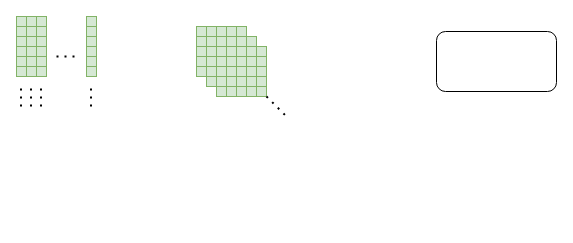
Before: graph/Untitled Diagram.drawio in pengjuzhang1998/GNN-based-social-media-sentiment-analysis-for-stock-market-forecasting-and-trading, a draw.io diagram. Source tidied: cells renumbered, new cells numbered last; positions are measured from the earlier drawing's top-left corner, leaving out a move shared by most shapes. Both pictures are drawn from the tidied source at 100%, with x=0, y=0 at pixel (16, 16).
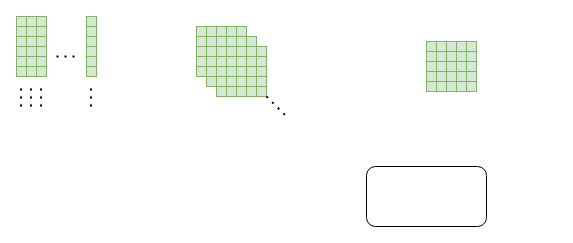
The same page after the edit.

What changed in the source:
```diff
@@
     <mxCell id="124" style="rounded=1;whiteSpace=wrap;html=1;" parent="1" vertex="1">
-      <mxGeometry x="420" y="15" width="120" height="60" as="geometry" />
+      <mxGeometry x="350" y="150" width="120" height="60" as="geometry" />
     </mxCell>
+    <mxCell id="125" style="group;" parent="1" vertex="1">
+      <mxGeometry x="410" y="15" width="80" height="60" as="geometry" />
+    </mxCell>
+    <mxCell id="126" style="group;" parent="125" vertex="1">
+      <mxGeometry y="10" width="50" height="50" as="geometry" />
+    </mxCell>
+    <mxCell id="127" style="rounded=0;whiteSpace=wrap;html=1;fillColor=#d5e8d4;strokeColor=#82b366;" parent="126" vertex="1">
+      <mxGeometry width="10" height="10" as="geometry" />
+    </mxCell>
+    <mxCell id="128" style="rounded=0;whiteSpace=wrap;html=1;fillColor=#d5e8d4;strokeColor=#82b366;" parent="126" vertex="1">
+      <mxGeometry y="10" width="10" height="10" as="geometry" />
+    </mxCell>
+    <mxCell id="129" style="rounded=0;whiteSpace=wrap;html=1;fillColor=#d5e8d4;strokeColor=#82b366;" parent="126" vertex="1">
+      <mxGeometry y="20" width="10" height="10" as="geometry" />
+    </mxCell>
+    <mxCell id="130" style="rounded=0;whiteSpace=wrap;html=1;fillColor=#d5e8d4;strokeColor=#82b366;" parent="126" vertex="1">
+      <mxGeometry y="30" width="10" height="10" as="geometry" />
+    </mxCell>
+    <mxCell id="131" style="rounded=0;whiteSpace=wrap;html=1;fillColor=#d5e8d4;strokeColor=#82b366;" parent="126" vertex="1">
+      <mxGeometry y="40" width="10" height="10" as="geometry" />
+    </mxCell>
+    <mxCell id="132" style="rounded=0;whiteSpace=wrap;html=1;fillColor=#d5e8d4;strokeColor=#82b366;" parent="126" vertex="1">
+      <mxGeometry x="10" width="10" height="10" as="geometry" />
+    </mxCell>
+    <mxCell id="133" style="rounded=0;whiteSpace=wrap;html=1;fillColor=#d5e8d4;strokeColor=#82b366;" parent="126" vertex="1">
+      <mxGeometry x="10" y="10" width="10" height="10" as="geometry" />
+    </mxCell>
+    <mxCell id="134" style="rounded=0;whiteSpace=wrap;html=1;fillColor=#d5e8d4;strokeColor=#82b366;" parent="126" vertex="1">
+      <mxGeometry x="10" y="20" width="10" height="10" as="geometry" />
+    </mxCell>
+    <mxCell id="135" style="rounded=0;whiteSpace=wrap;html=1;fillColor=#d5e8d4;strokeColor=#82b366;" parent="126" vertex="1">
+      <mxGeometry x="10" y="30" width="10" height="10" as="geometry" />
+    </mxCell>
+    <mxCell id="136" style="rounded=0;whiteSpace=wrap;html=1;fillColor=#d5e8d4;strokeColor=#82b366;" parent="126" vertex="1">
+      <mxGeometry x="10" y="40" width="10" height="10" as="geometry" />
+    </mxCell>
+    <mxCell id="137" style="rounded=0;whiteSpace=wrap;html=1;fillColor=#d5e8d4;strokeColor=#82b366;" parent="126" vertex="1">
+      <mxGeometry x="20" width="10" height="10" as="geometry" />
+    </mxCell>
+    <mxCell id="138" style="rounded=0;whiteSpace=wrap;html=1;fillColor=#d5e8d4;strokeColor=#82b366;" parent="126" vertex="1">
+      <mxGeometry x="20" y="10" width="10" height="10" as="geometry" />
+    </mxCell>
+    <mxCell id="139" style="rounded=0;whiteSpace=wrap;html=1;fillColor=#d5e8d4;strokeColor=#82b366;" parent="126" vertex="1">
+      <mxGeometry x="20" y="20" width="10" height="10" as="geometry" />
+    </mxCell>
+    <mxCell id="140" style="rounded=0;whiteSpace=wrap;html=1;fillColor=#d5e8d4;strokeColor=#82b366;" parent="126" vertex="1">
+      <mxGeometry x="20" y="30" width="10" height="10" as="geometry" />
+    </mxCell>
+    <mxCell id="141" style="rounded=0;whiteSpace=wrap;html=1;fillColor=#d5e8d4;strokeColor=#82b366;" parent="126" vertex="1">
+      <mxGeometry x="20" y="40" width="10" height="10" as="geometry" />
+    </mxCell>
+    <mxCell id="142" style="group;" parent="126" vertex="1">
+      <mxGeometry x="30" width="10" height="50" as="geometry" />
+    </mxCell>
+    <mxCell id="143" style="rounded=0;whiteSpace=wrap;html=1;fillColor=#d5e8d4;strokeColor=#82b366;" parent="142" vertex="1">
+      <mxGeometry width="10" height="10" as="geometry" />
+    </mxCell>
+    <mxCell id="144" style="rounded=0;whiteSpace=wrap;html=1;fillColor=#d5e8d4;strokeColor=#82b366;" parent="142" vertex="1">
+      <mxGeometry y="10" width="10" height="10" as="geometry" />
+    </mxCell>
+    <mxCell id="145" style="rounded=0;whiteSpace=wrap;html=1;fillColor=#d5e8d4;strokeColor=#82b366;" parent="142" vertex="1">
+      <mxGeometry y="20" width="10" height="10" as="geometry" />
+    </mxCell>
+    <mxCell id="146" style="rounded=0;whiteSpace=wrap;html=1;fillColor=#d5e8d4;strokeColor=#82b366;" parent="142" vertex="1">
+      <mxGeometry y="30" width="10" height="10" as="geometry" />
+    </mxCell>
+    <mxCell id="147" style="rounded=0;whiteSpace=wrap;html=1;fillColor=#d5e8d4;strokeColor=#82b366;" parent="142" vertex="1">
+      <mxGeometry y="40" width="10" height="10" as="geometry" />
+    </mxCell>
+    <mxCell id="148" style="group;" parent="126" vertex="1">
+      <mxGeometry x="40" width="10" height="50" as="geometry" />
+    </mxCell>
+    <mxCell id="149" style="rounded=0;whiteSpace=wrap;html=1;fillColor=#d5e8d4;strokeColor=#82b366;" parent="148" vertex="1">
+      <mxGeometry width="10" height="10" as="geometry" />
+    </mxCell>
+    <mxCell id="150" style="rounded=0;whiteSpace=wrap;html=1;fillColor=#d5e8d4;strokeColor=#82b366;" parent="148" vertex="1">
+      <mxGeometry y="10" width="10" height="10" as="geometry" />
+    </mxCell>
+    <mxCell id="151" style="rounded=0;whiteSpace=wrap;html=1;fillColor=#d5e8d4;strokeColor=#82b366;" parent="148" vertex="1">
+      <mxGeometry y="20" width="10" height="10" as="geometry" />
+    </mxCell>
+    <mxCell id="152" style="rounded=0;whiteSpace=wrap;html=1;fillColor=#d5e8d4;strokeColor=#82b366;" parent="148" vertex="1">
+      <mxGeometry y="30" width="10" height="10" as="geometry" />
+    </mxCell>
+    <mxCell id="153" style="rounded=0;whiteSpace=wrap;html=1;fillColor=#d5e8d4;strokeColor=#82b366;" parent="148" vertex="1">
+      <mxGeometry y="40" width="10" height="10" as="geometry" />
+    </mxCell>
```
